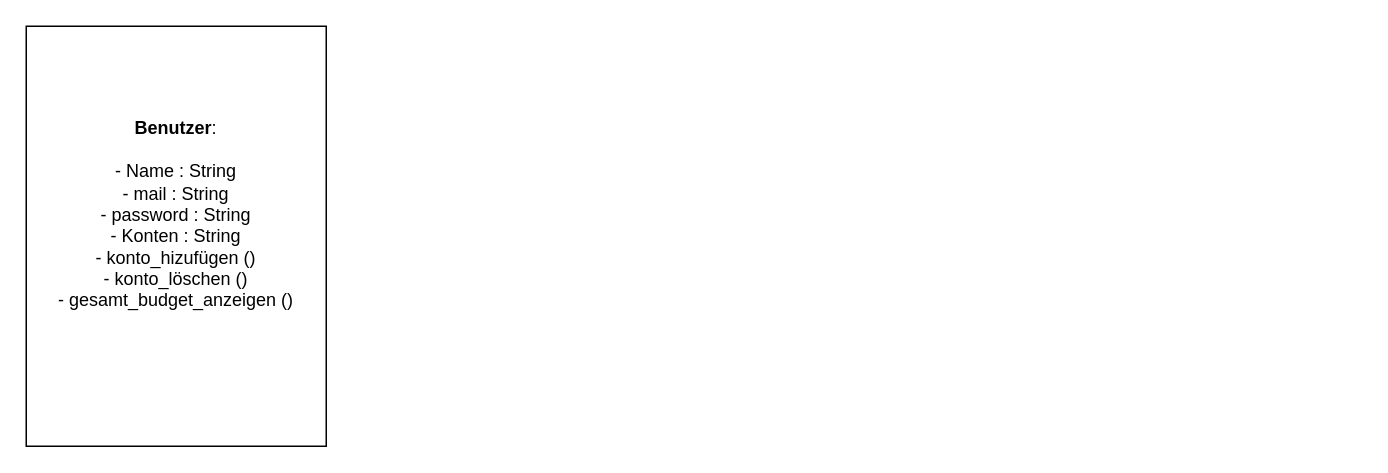
Earlier version of the draw.io diagram Untitled Diagram.drawio (Florin12er/Nix-dotfiles). Source tidied: cells renumbered, new cells numbered last; positions are measured from the earlier drawing's top-left corner, leaving out a move shared by most shapes. Both pictures are drawn from the tidied source at 150%, with x=0, y=0 at pixel (26, 26).
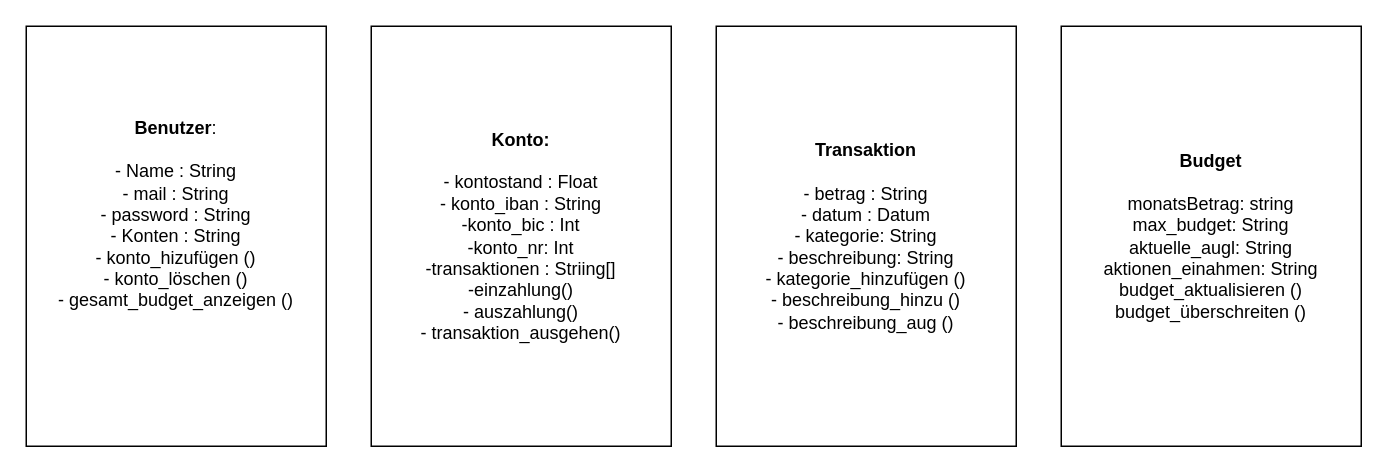
Above is the later version.

Diff of the diagram source:
```diff
@@
 <mxGraphModel>
   <root>
     <mxCell id="0" />
     <mxCell id="1" parent="0" />
     <mxCell id="2" value="&lt;b&gt;Benutzer&lt;/b&gt;:&lt;div&gt;&lt;br&gt;&lt;/div&gt;&lt;div&gt;- Name : String&lt;/div&gt;&lt;div&gt;- mail : String&lt;/div&gt;&lt;div&gt;- password : String&lt;/div&gt;&lt;div&gt;- Konten : String&lt;/div&gt;&lt;div&gt;- konto_hizufügen ()&lt;/div&gt;&lt;div&gt;- konto_löschen ()&lt;/div&gt;&lt;div&gt;- gesamt_budget_anzeigen ()&lt;/div&gt;&lt;div&gt;&lt;br&gt;&lt;/div&gt;&lt;div&gt;&lt;br&gt;&lt;/div&gt;" style="rounded=0;whiteSpace=wrap;html=1;" parent="1" vertex="1">
       <mxGeometry width="200" height="280" as="geometry" />
     </mxCell>
+    <mxCell id="3" value="&lt;div&gt;&lt;b&gt;Konto:&lt;/b&gt;&lt;/div&gt;&lt;div&gt;&lt;b&gt;&lt;br&gt;&lt;/b&gt;&lt;/div&gt;&lt;div&gt;- kontostand : Float&lt;/div&gt;&lt;div&gt;- konto_iban : String&lt;/div&gt;&lt;div&gt;-konto_bic : Int&lt;/div&gt;&lt;div&gt;-konto_nr: Int&lt;/div&gt;&lt;div&gt;-transaktionen : Striing[]&lt;/div&gt;&lt;div&gt;-einzahlung()&lt;/div&gt;&lt;div&gt;- auszahlung()&lt;/div&gt;&lt;div&gt;- transaktion_ausgehen()&lt;/div&gt;" style="rounded=0;whiteSpace=wrap;html=1;" parent="1" vertex="1">
+      <mxGeometry x="230" width="200" height="280" as="geometry" />
+    </mxCell>
+    <mxCell id="4" value="&lt;b&gt;Transaktion&lt;/b&gt;&lt;div&gt;&lt;br&gt;&lt;/div&gt;&lt;div&gt;- betrag : String&lt;/div&gt;&lt;div&gt;- datum : Datum&lt;/div&gt;&lt;div&gt;- kategorie: String&lt;/div&gt;&lt;div&gt;- beschreibung: String&lt;/div&gt;&lt;div&gt;- kategorie_hinzufügen ()&lt;/div&gt;&lt;div&gt;- beschreibung_hinzu ()&lt;/div&gt;&lt;div&gt;- beschreibung_aug ()&lt;/div&gt;" style="rounded=0;whiteSpace=wrap;html=1;" parent="1" vertex="1">
+      <mxGeometry x="460" width="200" height="280" as="geometry" />
+    </mxCell>
+    <mxCell id="5" value="&lt;b&gt;Budget&lt;/b&gt;&lt;div&gt;&lt;b&gt;&lt;br&gt;&lt;/b&gt;&lt;div&gt;monatsBetrag: string&lt;/div&gt;&lt;div&gt;max_budget: String&lt;/div&gt;&lt;/div&gt;&lt;div&gt;aktuelle_augl: String&lt;/div&gt;&lt;div&gt;aktionen_einahmen: String&lt;/div&gt;&lt;div&gt;budget_aktualisieren ()&lt;/div&gt;&lt;div&gt;budget_überschreiten ()&lt;/div&gt;" style="rounded=0;whiteSpace=wrap;html=1;" parent="1" vertex="1">
+      <mxGeometry x="690" width="200" height="280" as="geometry" />
+    </mxCell>
   </root>
 </mxGraphModel>
```
